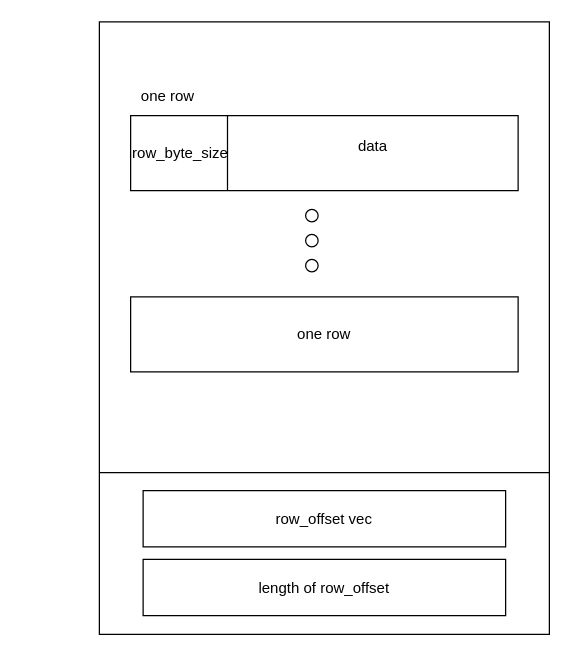
Above: Untitled Diagram.drawio in vagetablechicken/drawio (draw.io), before the change. Source tidied: cells renumbered, new cells numbered last; positions are measured from the earlier drawing's top-left corner, leaving out a move shared by most shapes. Both pictures are drawn from the tidied source at 125%, with x=0, y=0 at pixel (99, 21).
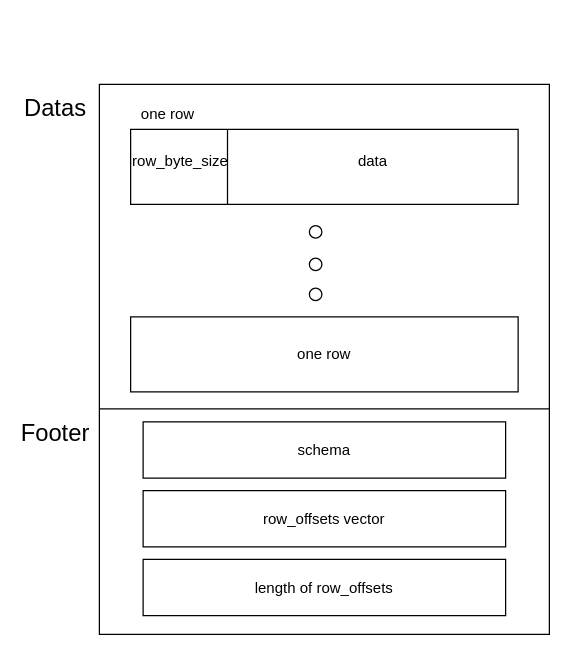
The same page after the edit.

What changed in the source:
```diff
@@
 <mxGraphModel>
   <root>
     <mxCell id="0" />
     <mxCell id="1" parent="0" />
     <mxCell id="2" style="rounded=0;whiteSpace=wrap;html=1;" parent="1" vertex="1">
-      <mxGeometry width="360" height="490" as="geometry" />
+      <mxGeometry y="50" width="360" height="440" as="geometry" />
     </mxCell>
     <mxCell id="3" style="rounded=0;whiteSpace=wrap;html=1;" parent="1" vertex="1">
-      <mxGeometry x="25" y="75" width="310" height="60" as="geometry" />
+      <mxGeometry x="25" y="86" width="310" height="60" as="geometry" />
     </mxCell>
     <mxCell id="4" style="endArrow=none;html=1;exitX=0;exitY=0.75;exitDx=0;exitDy=0;entryX=1;entryY=0.75;entryDx=0;entryDy=0;" parent="1" edge="1">
       <mxGeometry relative="1" as="geometry">
-        <mxPoint y="360.5" as="sourcePoint" />
-        <mxPoint x="360" y="360.5" as="targetPoint" />
+        <mxPoint y="309.5" as="sourcePoint" />
+        <mxPoint x="360" y="309.5" as="targetPoint" />
       </mxGeometry>
     </mxCell>
     <mxCell id="5" style="endArrow=none;html=1;entryX=0.25;entryY=0;entryDx=0;entryDy=0;exitX=0.25;exitY=1;exitDx=0;exitDy=0;" parent="1" edge="1" source="3" target="3">
       <mxGeometry relative="1" as="geometry" />
     </mxCell>
     <mxCell id="6" value="row_byte_size" style="text;html=1;strokeColor=none;fillColor=none;align=center;verticalAlign=middle;whiteSpace=wrap;rounded=0;" parent="1" vertex="1">
-      <mxGeometry x="45" y="95" width="40" height="20" as="geometry" />
+      <mxGeometry x="45" y="102" width="40" height="20" as="geometry" />
     </mxCell>
     <mxCell id="7" value="data" style="text;html=1;strokeColor=none;fillColor=none;align=center;verticalAlign=middle;whiteSpace=wrap;rounded=0;" parent="1" vertex="1">
-      <mxGeometry x="199" y="90" width="40" height="20" as="geometry" />
+      <mxGeometry x="199" y="102" width="40" height="20" as="geometry" />
     </mxCell>
     <mxCell id="8" value="one row" style="text;html=1;strokeColor=none;fillColor=none;align=center;verticalAlign=middle;whiteSpace=wrap;rounded=0;" parent="1" vertex="1">
-      <mxGeometry x="25" y="50" width="60" height="20" as="geometry" />
+      <mxGeometry x="25" y="64" width="60" height="20" as="geometry" />
     </mxCell>
     <mxCell id="9" style="ellipse;whiteSpace=wrap;html=1;" parent="1" vertex="1">
-      <mxGeometry x="165" y="150" width="10" height="10" as="geometry" />
+      <mxGeometry x="168" y="163" width="10" height="10" as="geometry" />
     </mxCell>
     <mxCell id="10" style="ellipse;whiteSpace=wrap;html=1;" parent="1" vertex="1">
-      <mxGeometry x="165" y="170" width="10" height="10" as="geometry" />
+      <mxGeometry x="168" y="189" width="10" height="10" as="geometry" />
     </mxCell>
     <mxCell id="11" style="ellipse;whiteSpace=wrap;html=1;" parent="1" vertex="1">
-      <mxGeometry x="165" y="190" width="10" height="10" as="geometry" />
+      <mxGeometry x="168" y="213" width="10" height="10" as="geometry" />
     </mxCell>
-    <mxCell id="12" value="row_offset vec" style="rounded=0;whiteSpace=wrap;html=1;" parent="1" vertex="1">
+    <mxCell id="12" value="row_offsets vector" style="rounded=0;whiteSpace=wrap;html=1;" parent="1" vertex="1">
       <mxGeometry x="35" y="375" width="290" height="45" as="geometry" />
     </mxCell>
-    <mxCell id="13" value="length of row_offset" style="rounded=0;whiteSpace=wrap;html=1;" parent="1" vertex="1">
+    <mxCell id="13" value="length of row_offsets" style="rounded=0;whiteSpace=wrap;html=1;" parent="1" vertex="1">
       <mxGeometry x="35" y="430" width="290" height="45" as="geometry" />
     </mxCell>
     <mxCell id="14" value="one row" style="rounded=0;whiteSpace=wrap;html=1;" parent="1" vertex="1">
-      <mxGeometry x="25" y="220" width="310" height="60" as="geometry" />
+      <mxGeometry x="25" y="236" width="310" height="60" as="geometry" />
     </mxCell>
+    <mxCell id="15" value="schema" style="rounded=0;whiteSpace=wrap;html=1;" parent="1" vertex="1">
+      <mxGeometry x="35" y="320" width="290" height="45" as="geometry" />
+    </mxCell>
+    <mxCell id="16" value="&lt;font style=&quot;font-size: 19px&quot;&gt;Footer&lt;/font&gt;" style="text;html=1;strokeColor=none;fillColor=none;align=center;verticalAlign=middle;whiteSpace=wrap;rounded=0;" parent="1" vertex="1">
+      <mxGeometry x="-55" y="320" width="40" height="20" as="geometry" />
+    </mxCell>
+    <mxCell id="17" value="&lt;span style=&quot;font-size: 19px&quot;&gt;Datas&lt;/span&gt;" style="text;html=1;strokeColor=none;fillColor=none;align=center;verticalAlign=middle;whiteSpace=wrap;rounded=0;" parent="1" vertex="1">
+      <mxGeometry x="-55" y="60" width="40" height="20" as="geometry" />
+    </mxCell>
   </root>
 </mxGraphModel>
```
